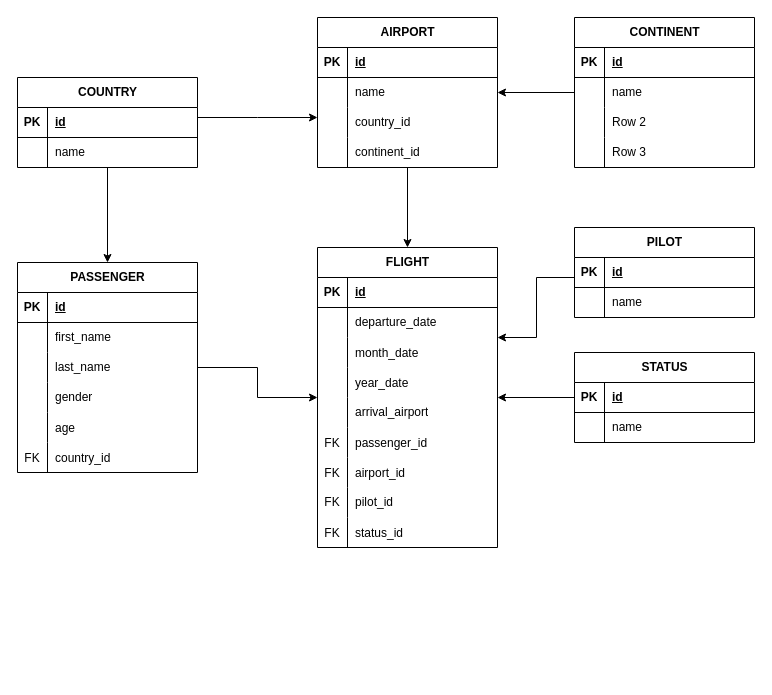
This is practica1/db/er.drawio from ReynosoTiu/SEMI2, a draw.io file, before an edit. Source tidied: cells renumbered, new cells numbered last; positions are measured from the earlier drawing's top-left corner, leaving out a move shared by most shapes. Both pictures are drawn from the tidied source at 100%, with x=0, y=0 at pixel (17, 17).
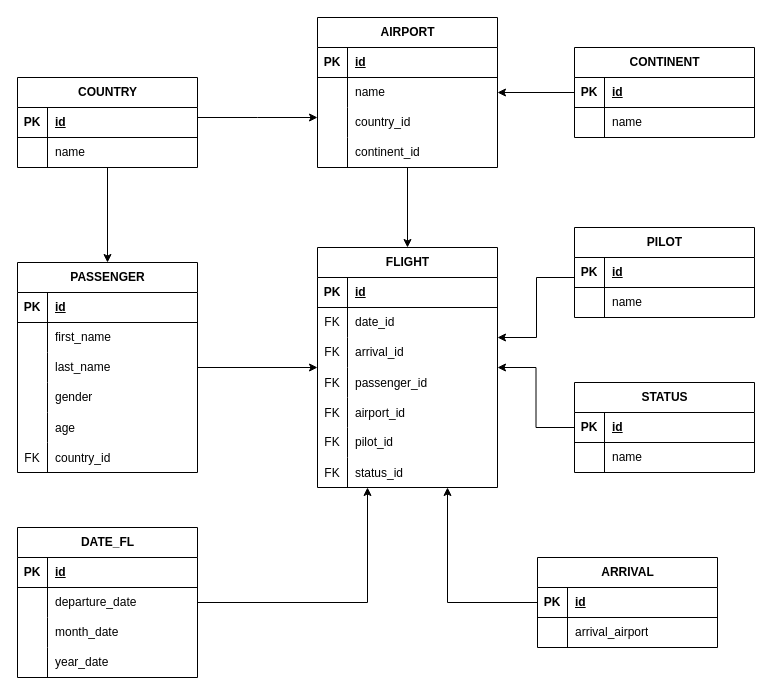
After the change.

The change refers to these unchanged cells:
```xml
<mxCell id="77" style="shape=tableRow;horizontal=0;startSize=0;swimlaneHead=0;swimlaneBody=0;fillColor=none;top=0;left=0;right=0;bottom=0;" parent="73" vertex="1">
  <mxGeometry y="60" width="180" height="30" as="geometry" />
</mxCell>
```

What changed in the source:
```diff
@@
     <mxCell id="36" value="CONTINENT" style="shape=table;startSize=30;childLayout=tableLayout;rowLines=0;fontStyle=1;align=center;html=1;" parent="1" vertex="1">
-      <mxGeometry x="557" width="180" height="150" as="geometry" />
+      <mxGeometry x="557" y="30" width="180" height="90" as="geometry" />
     </mxCell>
@@
-    <mxCell id="43" style="shape=tableRow;horizontal=0;startSize=0;swimlaneHead=0;swimlaneBody=0;fillColor=none;top=0;left=0;right=0;bottom=0;" parent="36" vertex="1">
-      <mxGeometry y="90" width="180" height="30" as="geometry" />
-    </mxCell>
-    <mxCell id="44" style="shape=partialRectangle;fillColor=none;top=0;left=0;bottom=0;right=0;overflow=hidden;whiteSpace=wrap;html=1;" parent="43" vertex="1">
-      <mxGeometry width="30" height="30" as="geometry" />
-    </mxCell>
-    <mxCell id="45" value="Row 2" style="shape=partialRectangle;fillColor=none;top=0;left=0;bottom=0;right=0;align=left;spacingLeft=6;overflow=hidden;whiteSpace=wrap;html=1;" parent="43" vertex="1">
-      <mxGeometry x="30" width="150" height="30" as="geometry" />
-    </mxCell>
-    <mxCell id="46" style="shape=tableRow;horizontal=0;startSize=0;swimlaneHead=0;swimlaneBody=0;fillColor=none;top=0;left=0;right=0;bottom=0;" parent="36" vertex="1">
-      <mxGeometry y="120" width="180" height="30" as="geometry" />
-    </mxCell>
-    <mxCell id="47" style="shape=partialRectangle;fillColor=none;top=0;left=0;bottom=0;right=0;overflow=hidden;whiteSpace=wrap;html=1;" parent="46" vertex="1">
-      <mxGeometry width="30" height="30" as="geometry" />
-    </mxCell>
-    <mxCell id="48" value="Row 3" style="shape=partialRectangle;fillColor=none;top=0;left=0;bottom=0;right=0;align=left;spacingLeft=6;overflow=hidden;whiteSpace=wrap;html=1;" parent="46" vertex="1">
-      <mxGeometry x="30" width="150" height="30" as="geometry" />
-    </mxCell>
@@
     <mxCell id="58" value="STATUS" style="shape=table;startSize=30;childLayout=tableLayout;rowLines=0;fontStyle=1;align=center;html=1;" parent="1" vertex="1">
-      <mxGeometry x="557" y="335" width="180" height="90" as="geometry" />
+      <mxGeometry x="557" y="365" width="180" height="90" as="geometry" />
     </mxCell>
@@
     <mxCell id="73" value="FLIGHT" style="shape=table;startSize=30;childLayout=tableLayout;rowLines=0;fontStyle=1;align=center;html=1;" parent="1" vertex="1">
-      <mxGeometry x="300" y="230" width="180" height="300" as="geometry" />
+      <mxGeometry x="300" y="230" width="180" height="240" as="geometry" />
     </mxCell>
@@
-    <mxCell id="78" style="shape=partialRectangle;fillColor=none;top=0;left=0;bottom=0;right=0;overflow=hidden;whiteSpace=wrap;html=1;" parent="77" vertex="1">
+    <mxCell id="78" value="FK" style="shape=partialRectangle;fillColor=none;top=0;left=0;bottom=0;right=0;overflow=hidden;whiteSpace=wrap;html=1;" parent="77" vertex="1">
       <mxGeometry width="30" height="30" as="geometry" />
     </mxCell>
-    <mxCell id="79" value="departure_date" style="shape=partialRectangle;fillColor=none;top=0;left=0;bottom=0;right=0;align=left;spacingLeft=6;overflow=hidden;whiteSpace=wrap;html=1;" parent="77" vertex="1">
+    <mxCell id="79" value="date_id" style="shape=partialRectangle;fillColor=none;top=0;left=0;bottom=0;right=0;align=left;spacingLeft=6;overflow=hidden;whiteSpace=wrap;html=1;" parent="77" vertex="1">
       <mxGeometry x="30" width="150" height="30" as="geometry" />
     </mxCell>
-    <mxCell id="80" style="shape=tableRow;horizontal=0;startSize=0;swimlaneHead=0;swimlaneBody=0;fillColor=none;top=0;left=0;right=0;bottom=0;" parent="73" vertex="1">
-      <mxGeometry y="90" width="180" height="30" as="geometry" />
-    </mxCell>
-    <mxCell id="81" style="shape=partialRectangle;fillColor=none;top=0;left=0;bottom=0;right=0;overflow=hidden;" parent="80" vertex="1">
-      <mxGeometry width="30" height="30" as="geometry" />
-    </mxCell>
-    <mxCell id="82" value="month_date" style="shape=partialRectangle;fillColor=none;top=0;left=0;bottom=0;right=0;align=left;spacingLeft=6;overflow=hidden;" parent="80" vertex="1">
-      <mxGeometry x="30" width="150" height="30" as="geometry" />
-    </mxCell>
-    <mxCell id="83" style="shape=tableRow;horizontal=0;startSize=0;swimlaneHead=0;swimlaneBody=0;fillColor=none;top=0;left=0;right=0;bottom=0;" parent="73" vertex="1">
-      <mxGeometry y="120" width="180" height="30" as="geometry" />
-    </mxCell>
-    <mxCell id="84" style="shape=partialRectangle;fillColor=none;top=0;left=0;bottom=0;right=0;overflow=hidden;" parent="83" vertex="1">
-      <mxGeometry width="30" height="30" as="geometry" />
-    </mxCell>
-    <mxCell id="85" value="year_date" style="shape=partialRectangle;fillColor=none;top=0;left=0;bottom=0;right=0;align=left;spacingLeft=6;overflow=hidden;" parent="83" vertex="1">
-      <mxGeometry x="30" width="150" height="30" as="geometry" />
-    </mxCell>
     <mxCell id="86" style="shape=tableRow;horizontal=0;startSize=0;swimlaneHead=0;swimlaneBody=0;fillColor=none;top=0;left=0;right=0;bottom=0;" parent="73" vertex="1">
-      <mxGeometry y="150" width="180" height="30" as="geometry" />
+      <mxGeometry y="90" width="180" height="30" as="geometry" />
     </mxCell>
-    <mxCell id="87" style="shape=partialRectangle;fillColor=none;top=0;left=0;bottom=0;right=0;overflow=hidden;whiteSpace=wrap;html=1;" parent="86" vertex="1">
+    <mxCell id="87" value="FK" style="shape=partialRectangle;fillColor=none;top=0;left=0;bottom=0;right=0;overflow=hidden;whiteSpace=wrap;html=1;" parent="86" vertex="1">
       <mxGeometry width="30" height="30" as="geometry" />
     </mxCell>
-    <mxCell id="88" value="arrival_airport" style="shape=partialRectangle;fillColor=none;top=0;left=0;bottom=0;right=0;align=left;spacingLeft=6;overflow=hidden;whiteSpace=wrap;html=1;" parent="86" vertex="1">
+    <mxCell id="88" value="arrival_id" style="shape=partialRectangle;fillColor=none;top=0;left=0;bottom=0;right=0;align=left;spacingLeft=6;overflow=hidden;whiteSpace=wrap;html=1;" parent="86" vertex="1">
       <mxGeometry x="30" width="150" height="30" as="geometry" />
     </mxCell>
     <mxCell id="89" style="shape=tableRow;horizontal=0;startSize=0;swimlaneHead=0;swimlaneBody=0;fillColor=none;top=0;left=0;right=0;bottom=0;" parent="73" vertex="1">
-      <mxGeometry y="180" width="180" height="30" as="geometry" />
+      <mxGeometry y="120" width="180" height="30" as="geometry" />
     </mxCell>
@@
     <mxCell id="92" style="shape=tableRow;horizontal=0;startSize=0;swimlaneHead=0;swimlaneBody=0;fillColor=none;top=0;left=0;right=0;bottom=0;" parent="73" vertex="1">
-      <mxGeometry y="210" width="180" height="30" as="geometry" />
+      <mxGeometry y="150" width="180" height="30" as="geometry" />
     </mxCell>
@@
     <mxCell id="95" style="shape=tableRow;horizontal=0;startSize=0;swimlaneHead=0;swimlaneBody=0;fillColor=none;top=0;left=0;right=0;bottom=0;" parent="73" vertex="1">
-      <mxGeometry y="240" width="180" height="30" as="geometry" />
+      <mxGeometry y="180" width="180" height="30" as="geometry" />
     </mxCell>
@@
     <mxCell id="98" style="shape=tableRow;horizontal=0;startSize=0;swimlaneHead=0;swimlaneBody=0;fillColor=none;top=0;left=0;right=0;bottom=0;" parent="73" vertex="1">
-      <mxGeometry y="270" width="180" height="30" as="geometry" />
+      <mxGeometry y="210" width="180" height="30" as="geometry" />
     </mxCell>
@@
+    <mxCell id="103" style="edgeStyle=orthogonalEdgeStyle;rounded=0;jettySize=auto;html=1;" parent="1" edge="1" source="104" target="73">
+      <mxGeometry relative="1" as="geometry">
+        <Array as="points">
+          <mxPoint x="350" y="585" />
+        </Array>
+      </mxGeometry>
+    </mxCell>
+    <mxCell id="104" value="DATE_FL" style="shape=table;startSize=30;childLayout=tableLayout;rowLines=0;fontStyle=1;align=center;html=1;" parent="1" vertex="1">
+      <mxGeometry y="510" width="180" height="150" as="geometry" />
+    </mxCell>
+    <mxCell id="105" style="shape=tableRow;horizontal=0;startSize=0;swimlaneHead=0;swimlaneBody=0;fillColor=none;top=0;left=0;right=0;bottom=1;" parent="104" vertex="1">
+      <mxGeometry y="30" width="180" height="30" as="geometry" />
+    </mxCell>
+    <mxCell id="106" value="PK" style="shape=partialRectangle;fillColor=none;top=0;left=0;bottom=0;right=0;fontStyle=1;overflow=hidden;whiteSpace=wrap;html=1;" parent="105" vertex="1">
+      <mxGeometry width="30" height="30" as="geometry" />
+    </mxCell>
+    <mxCell id="107" value="id" style="shape=partialRectangle;fillColor=none;top=0;left=0;bottom=0;right=0;align=left;spacingLeft=6;fontStyle=5;overflow=hidden;whiteSpace=wrap;html=1;" parent="105" vertex="1">
+      <mxGeometry x="30" width="150" height="30" as="geometry" />
+    </mxCell>
+    <mxCell id="108" style="shape=tableRow;horizontal=0;startSize=0;swimlaneHead=0;swimlaneBody=0;fillColor=none;top=0;left=0;right=0;bottom=0;" parent="104" vertex="1">
+      <mxGeometry y="60" width="180" height="30" as="geometry" />
+    </mxCell>
+    <mxCell id="109" style="shape=partialRectangle;fillColor=none;top=0;left=0;bottom=0;right=0;overflow=hidden;whiteSpace=wrap;html=1;" parent="108" vertex="1">
+      <mxGeometry width="30" height="30" as="geometry" />
+    </mxCell>
+    <mxCell id="110" value="departure_date" style="shape=partialRectangle;fillColor=none;top=0;left=0;bottom=0;right=0;align=left;spacingLeft=6;overflow=hidden;whiteSpace=wrap;html=1;" parent="108" vertex="1">
+      <mxGeometry x="30" width="150" height="30" as="geometry" />
+    </mxCell>
+    <mxCell id="111" style="shape=tableRow;horizontal=0;startSize=0;swimlaneHead=0;swimlaneBody=0;fillColor=none;top=0;left=0;right=0;bottom=0;" parent="104" vertex="1">
+      <mxGeometry y="90" width="180" height="30" as="geometry" />
+    </mxCell>
+    <mxCell id="112" style="shape=partialRectangle;fillColor=none;top=0;left=0;bottom=0;right=0;overflow=hidden;whiteSpace=wrap;html=1;" parent="111" vertex="1">
+      <mxGeometry width="30" height="30" as="geometry" />
+    </mxCell>
+    <mxCell id="82" value="month_date" style="shape=partialRectangle;fillColor=none;top=0;left=0;bottom=0;right=0;align=left;spacingLeft=6;overflow=hidden;whiteSpace=wrap;html=1;" parent="111" vertex="1">
+      <mxGeometry x="30" width="150" height="30" as="geometry" />
+    </mxCell>
+    <mxCell id="113" style="shape=tableRow;horizontal=0;startSize=0;swimlaneHead=0;swimlaneBody=0;fillColor=none;top=0;left=0;right=0;bottom=0;" parent="104" vertex="1">
+      <mxGeometry y="120" width="180" height="30" as="geometry" />
+    </mxCell>
+    <mxCell id="114" style="shape=partialRectangle;fillColor=none;top=0;left=0;bottom=0;right=0;overflow=hidden;whiteSpace=wrap;html=1;" parent="113" vertex="1">
+      <mxGeometry width="30" height="30" as="geometry" />
+    </mxCell>
+    <mxCell id="85" value="year_date" style="shape=partialRectangle;fillColor=none;top=0;left=0;bottom=0;right=0;align=left;spacingLeft=6;overflow=hidden;whiteSpace=wrap;html=1;" parent="113" vertex="1">
+      <mxGeometry x="30" width="150" height="30" as="geometry" />
+    </mxCell>
+    <mxCell id="115" style="edgeStyle=orthogonalEdgeStyle;rounded=0;jettySize=auto;html=1;" parent="1" edge="1" source="116" target="73">
+      <mxGeometry relative="1" as="geometry">
+        <Array as="points">
+          <mxPoint x="430" y="585" />
+        </Array>
+      </mxGeometry>
+    </mxCell>
+    <mxCell id="116" value="ARRIVAL" style="shape=table;startSize=30;childLayout=tableLayout;rowLines=0;fontStyle=1;align=center;html=1;" parent="1" vertex="1">
+      <mxGeometry x="520" y="540" width="180" height="90" as="geometry" />
+    </mxCell>
+    <mxCell id="117" style="shape=tableRow;horizontal=0;startSize=0;swimlaneHead=0;swimlaneBody=0;fillColor=none;top=0;left=0;right=0;bottom=1;" parent="116" vertex="1">
+      <mxGeometry y="30" width="180" height="30" as="geometry" />
+    </mxCell>
+    <mxCell id="118" value="PK" style="shape=partialRectangle;fillColor=none;top=0;left=0;bottom=0;right=0;fontStyle=1;overflow=hidden;whiteSpace=wrap;html=1;" parent="117" vertex="1">
+      <mxGeometry width="30" height="30" as="geometry" />
+    </mxCell>
+    <mxCell id="119" value="id" style="shape=partialRectangle;fillColor=none;top=0;left=0;bottom=0;right=0;align=left;spacingLeft=6;fontStyle=5;overflow=hidden;whiteSpace=wrap;html=1;" parent="117" vertex="1">
+      <mxGeometry x="30" width="150" height="30" as="geometry" />
+    </mxCell>
+    <mxCell id="120" style="shape=tableRow;horizontal=0;startSize=0;swimlaneHead=0;swimlaneBody=0;fillColor=none;top=0;left=0;right=0;bottom=0;" parent="116" vertex="1">
+      <mxGeometry y="60" width="180" height="30" as="geometry" />
+    </mxCell>
+    <mxCell id="121" style="shape=partialRectangle;fillColor=none;top=0;left=0;bottom=0;right=0;overflow=hidden;whiteSpace=wrap;html=1;" parent="120" vertex="1">
+      <mxGeometry width="30" height="30" as="geometry" />
+    </mxCell>
+    <mxCell id="122" value="arrival_airport" style="shape=partialRectangle;fillColor=none;top=0;left=0;bottom=0;right=0;align=left;spacingLeft=6;overflow=hidden;whiteSpace=wrap;html=1;" parent="120" vertex="1">
+      <mxGeometry x="30" width="150" height="30" as="geometry" />
+    </mxCell>
```
